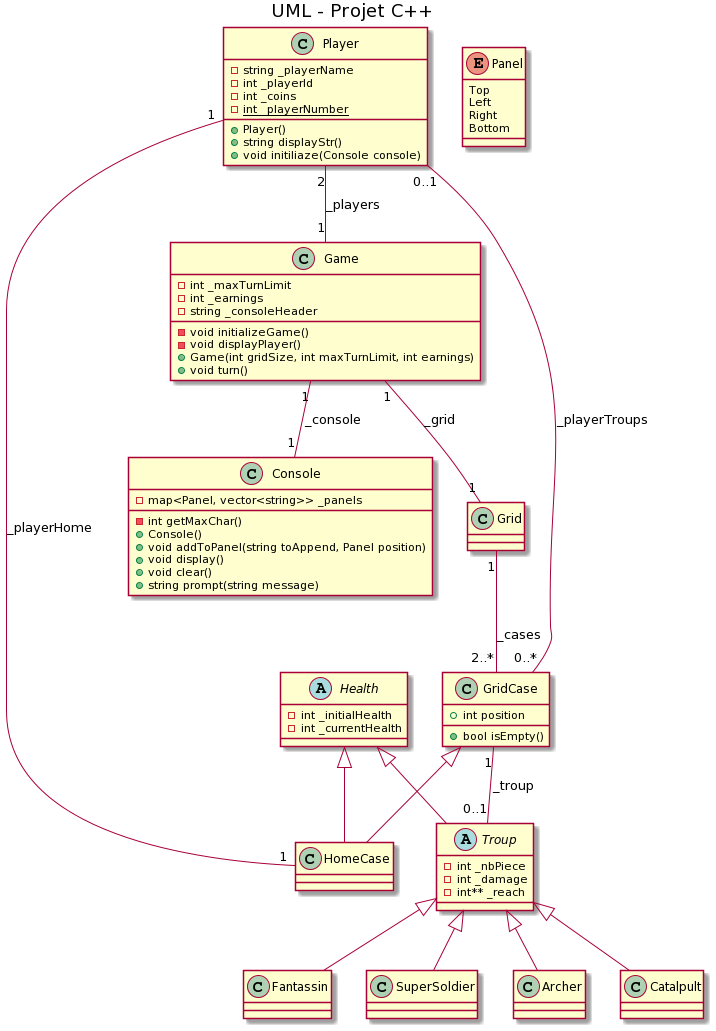
Above: doc/tempoUML_Class_Diagram.png in 0xWryth/CLIAgeOfWar (PlantUML), before the change.
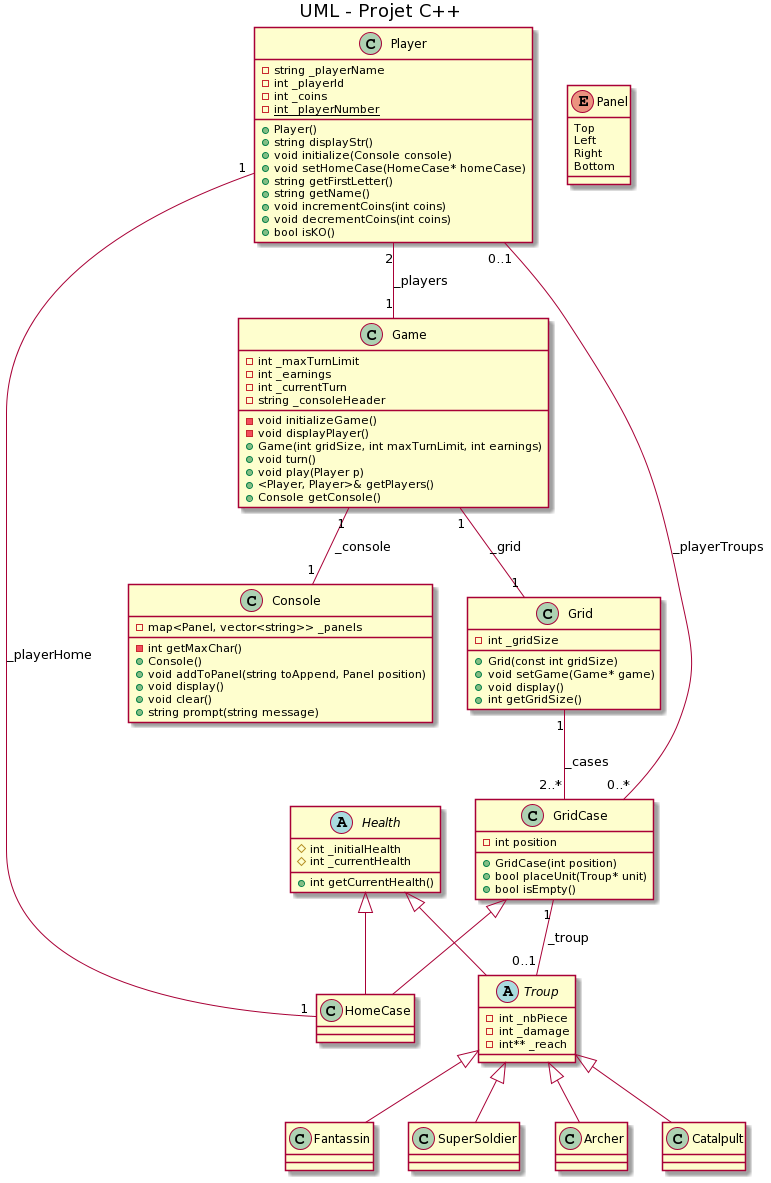
Above is the later version.

Diff of the diagram source:
```diff
@@ -4,11 +4,15 @@
 class Game {
     - int _maxTurnLimit
     - int _earnings
+    - int _currentTurn
     - string _consoleHeader
     - void initializeGame()
     - void displayPlayer()
     + Game(int gridSize, int maxTurnLimit, int earnings)
     + void turn()
+    + void play(Player p)
+    + <Player, Player>& getPlayers()
+    + Console getConsole()
 }
 class Console {
     - map<Panel, vector<string>> _panels
@@ -24,16 +28,25 @@
     - int _damage
     - int** _reach
 }
-class Grid
+class Grid {
+    - int _gridSize
+    + Grid(const int gridSize)
+    + void setGame(Game* game)
+    + void display()
+    + int getGridSize()
+}
 class GridCase {
-    + int position
+    - int position
+    + GridCase(int position)
+    + bool placeUnit(Troup* unit)
     + bool isEmpty()
 }
 class HomeCase {
 }
 abstract class Health {
-    - int _initialHealth
-    - int _currentHealth
+    # int _initialHealth
+    # int _currentHealth
+    + int getCurrentHealth()
 }
 class Fantassin
 class SuperSoldier
@@ -46,7 +59,13 @@
     - {static} int _playerNumber
     + Player()
     + string displayStr()
-    + void initiliaze(Console console)
+    + void initialize(Console console)
+    + void setHomeCase(HomeCase* homeCase)
+    + string getFirstLetter()
+    + string getName()
+    + void incrementCoins(int coins)
+    + void decrementCoins(int coins)
+    + bool isKO()
 }
 enum Panel {
   Top
```
